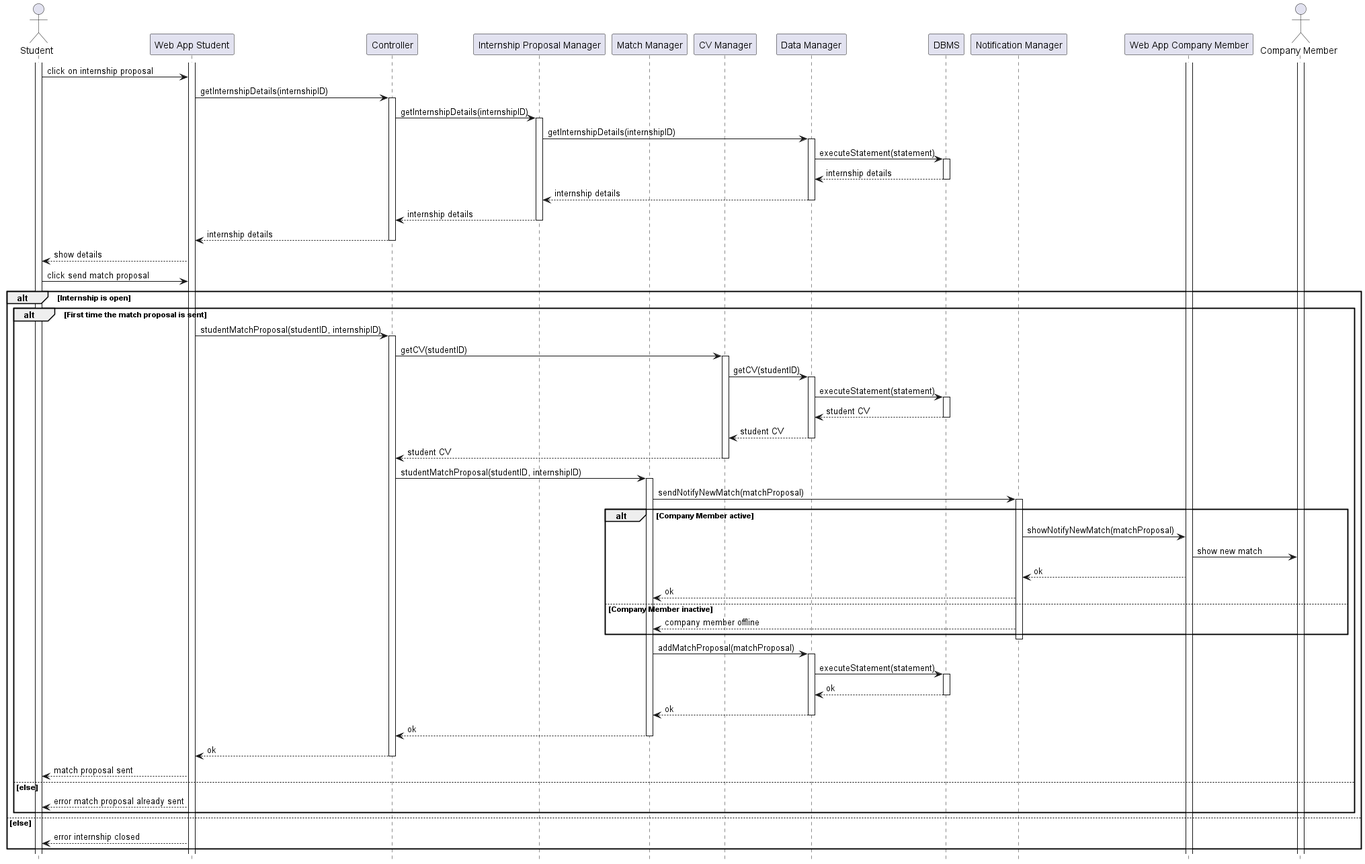
matti8702/R_and_DD_project_SE2 keeps this PlantUML diagram as DD/Architectural_design/uml_diagrams/RV16_diagram.png. Above is the earlier version. Source of this version:
```plantuml
@startuml RV16_diagram
hide footbox

actor "Student" as S
participant "Web App Student" as W
participant "Controller" AS C
participant "Internship Proposal Manager" as IP
participant "Match Manager" as M
participant "CV Manager" as CV
participant "Data Manager" as DM
participant "DBMS" as RD
participant "Notification Manager" as NM
participant "Web App Company Member" as WA
actor "Company Member" as CM




activate S
activate W
activate CM
activate WA

S -> W: click on internship proposal
W -> C: getInternshipDetails(internshipID)
activate C
C -> IP: getInternshipDetails(internshipID)
activate IP
IP -> DM: getInternshipDetails(internshipID)
activate DM
DM -> RD: executeStatement(statement)
activate RD
RD --> DM: internship details
deactivate RD
DM --> IP: internship details
deactivate DM
IP --> C: internship details
deactivate IP
C --> W: internship details
deactivate C
W --> S: show details
S -> W: click send match proposal
alt Internship is open
    alt First time the match proposal is sent
        W ->C: studentMatchProposal(studentID, internshipID)
        activate C

        C -> CV: getCV(studentID)
        activate CV
        CV -> DM: getCV(studentID)
        activate DM
        DM -> RD: executeStatement(statement)
        activate RD
        RD --> DM: student CV
        deactivate RD
        DM --> CV: student CV
        deactivate DM
        CV --> C: student CV
        deactivate CV

        C -> M: studentMatchProposal(studentID, internshipID)
        activate M

        M -> NM: sendNotifyNewMatch(matchProposal)
        activate NM

        alt Company Member active
            NM -> WA: showNotifyNewMatch(matchProposal)
            WA -> CM: show new match
            WA --> NM: ok
            NM --> M: ok
        else Company Member inactive
            NM --> M: company member offline
        end
        deactivate NM
        M -> DM: addMatchProposal(matchProposal)
        activate DM
        DM -> RD: executeStatement(statement)
        activate RD
        RD --> DM: ok
        deactivate RD
        DM --> M: ok
        deactivate DM
        M --> C: ok
        deactivate M
        C --> W: ok
        deactivate C
        W --> S: match proposal sent
    else else
        W --> S: error match proposal already sent
    end
else else
    W --> S: error internship closed
end
@enduml
```
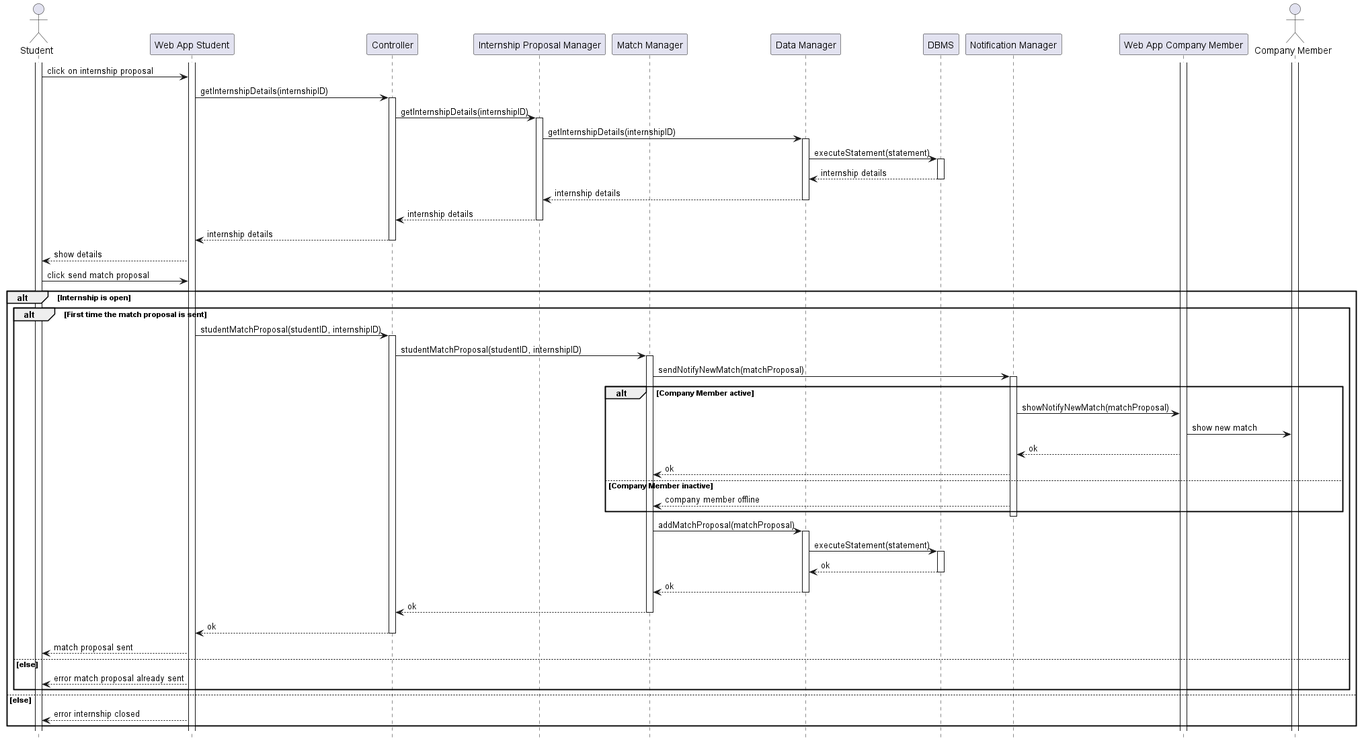
Later version of the same file.

Diff of the diagram source:
```diff
@@ -6,7 +6,6 @@
 participant "Controller" AS C
 participant "Internship Proposal Manager" as IP
 participant "Match Manager" as M
-participant "CV Manager" as CV
 participant "Data Manager" as DM
 participant "DBMS" as RD
 participant "Notification Manager" as NM
@@ -45,19 +44,6 @@
         W ->C: studentMatchProposal(studentID, internshipID)
         activate C
 
-        C -> CV: getCV(studentID)
-        activate CV
-        CV -> DM: getCV(studentID)
-        activate DM
-        DM -> RD: executeStatement(statement)
-        activate RD
-        RD --> DM: student CV
-        deactivate RD
-        DM --> CV: student CV
-        deactivate DM
-        CV --> C: student CV
-        deactivate CV
-
         C -> M: studentMatchProposal(studentID, internshipID)
         activate M
 
```
